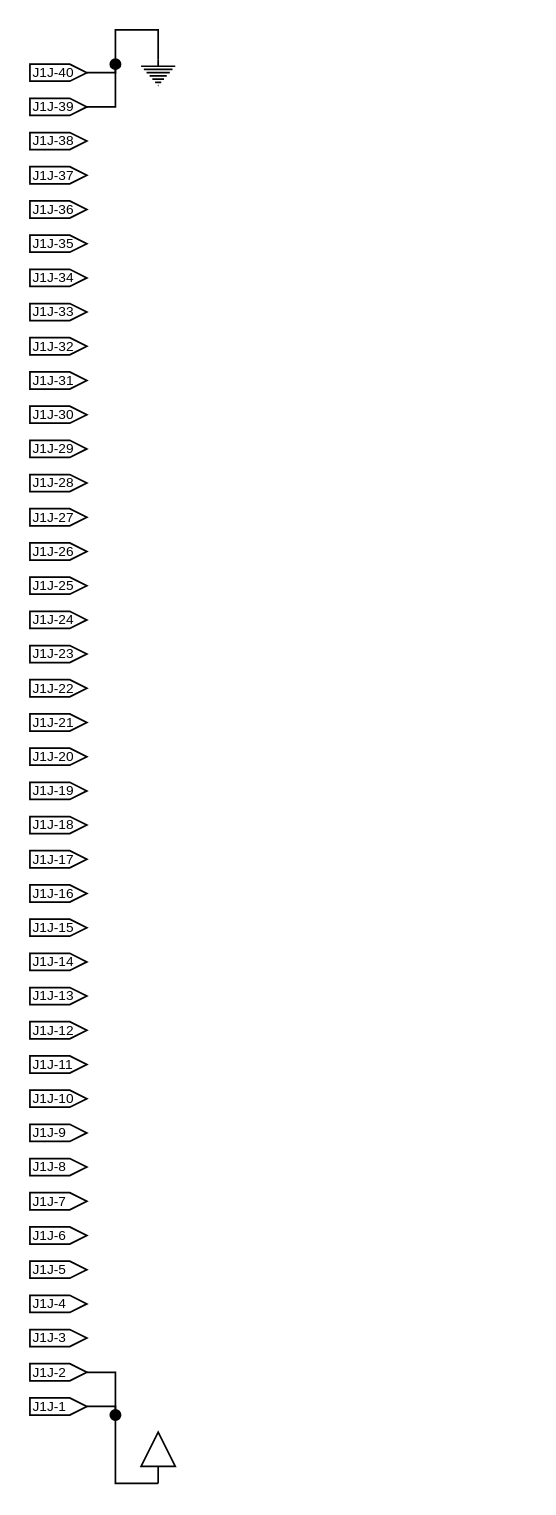
The draw.io diagram Untitled Diagram.drawio in id-redacted/Pinball, before the edit. Source tidied: cells renumbered, new cells numbered last; positions are measured from the earlier drawing's top-left corner, leaving out a move shared by most shapes. Both pictures are drawn from the tidied source at 171%, with x=0, y=0 at pixel (29, 29).
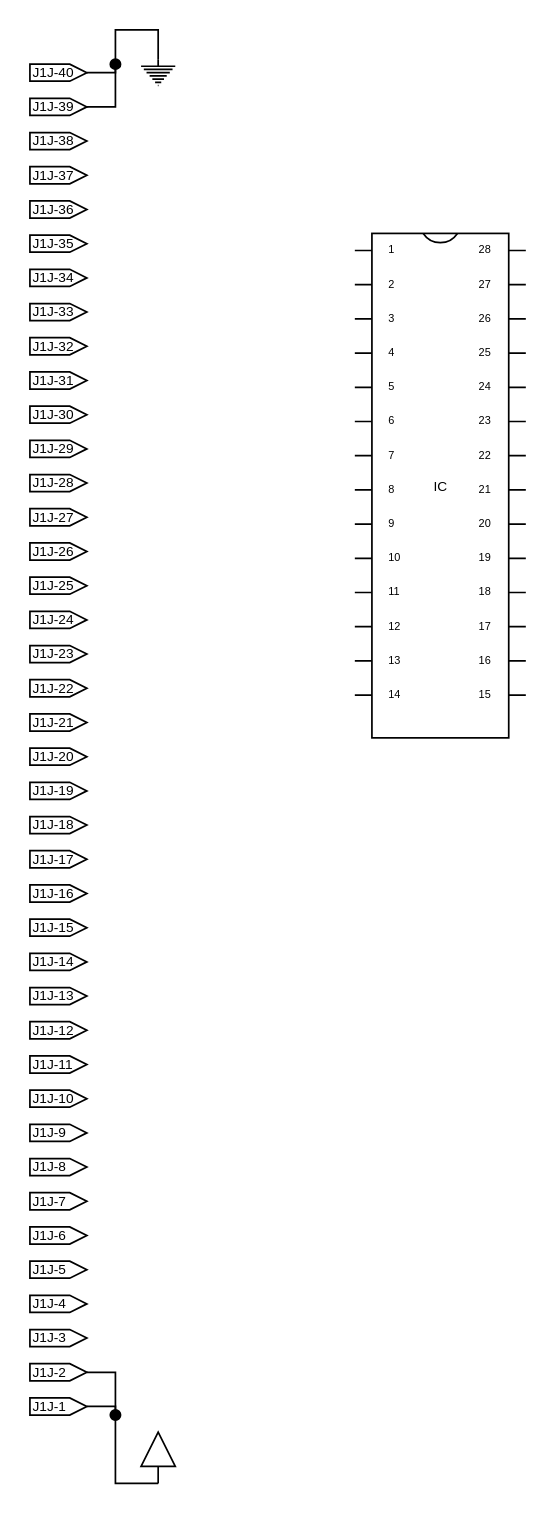
After the change.

What changed in the source:
```diff
@@
+    <mxCell id="48" value="IC" style="shadow=0;dashed=0;align=center;html=1;strokeWidth=1;shape=mxgraph.electrical.logic_gates.dual_inline_ic;labelNames=a,b,c,d,e,f,g,h,i,j,k,l,m,n,o,p,q,r,s,t;fontSize=8;" parent="1" vertex="1">
+      <mxGeometry x="190" y="119" width="100" height="295" as="geometry" />
+    </mxCell>
```
